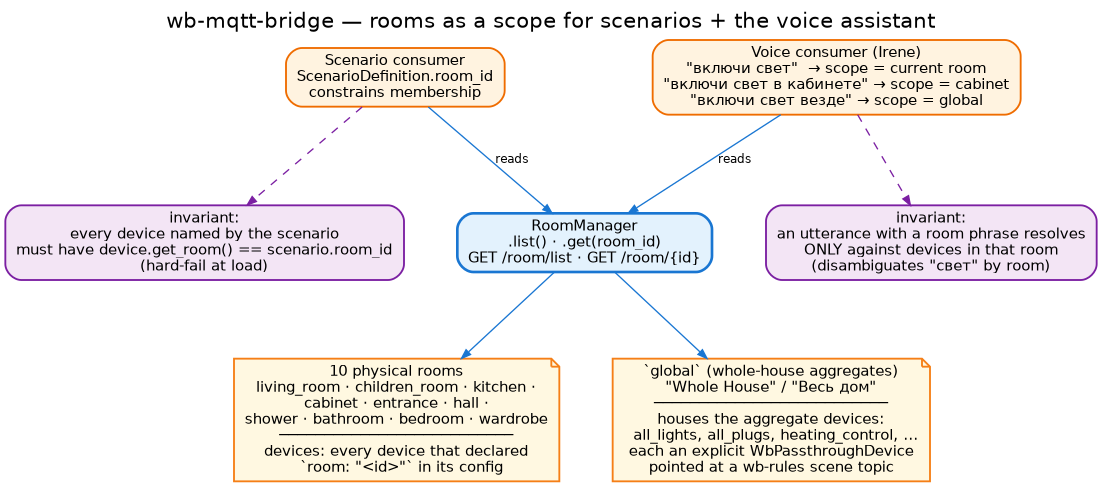
Above: docs/images/rooms-in-use.png in droman42/wb-mqtt-bridge (Graphviz), before the change. Its source is kept beside it as docs/images/rooms-in-use.dot.
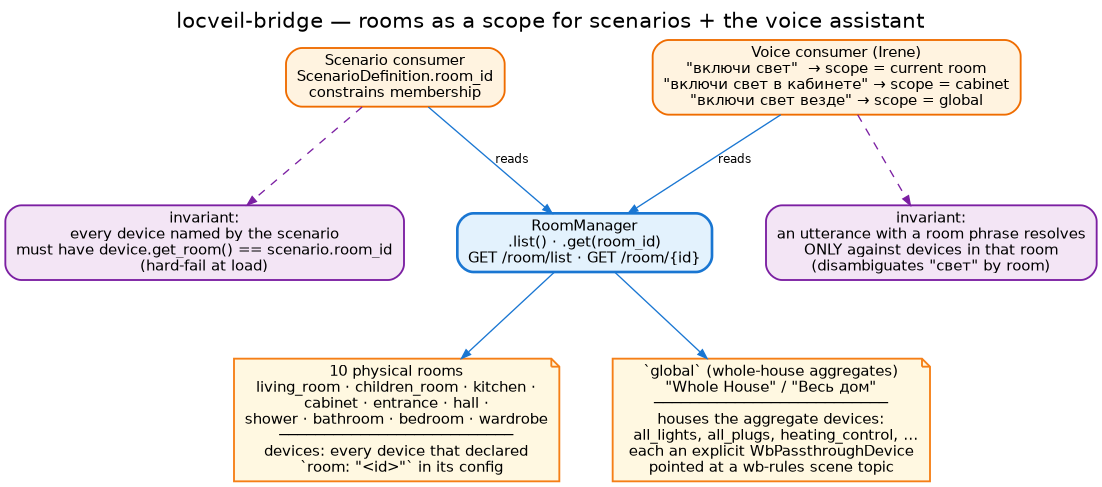
Above is the later version.

Diff of the diagram source:
```diff
@@ -4,7 +4,7 @@
   splines=spline;
   nodesep=0.55; ranksep=0.8;
   fontname="Helvetica"; labelloc=t; fontsize=16;
-  label="wb-mqtt-bridge — rooms as a scope for scenarios + the voice assistant";
+  label="locveil-bridge — rooms as a scope for scenarios + the voice assistant";
 
   node [fontname="Helvetica", fontsize=11, shape=box, style="filled,rounded", penwidth=1.4];
   edge [fontname="Helvetica", fontsize=9, color="#9e9e9e", arrowsize=0.7];
```
